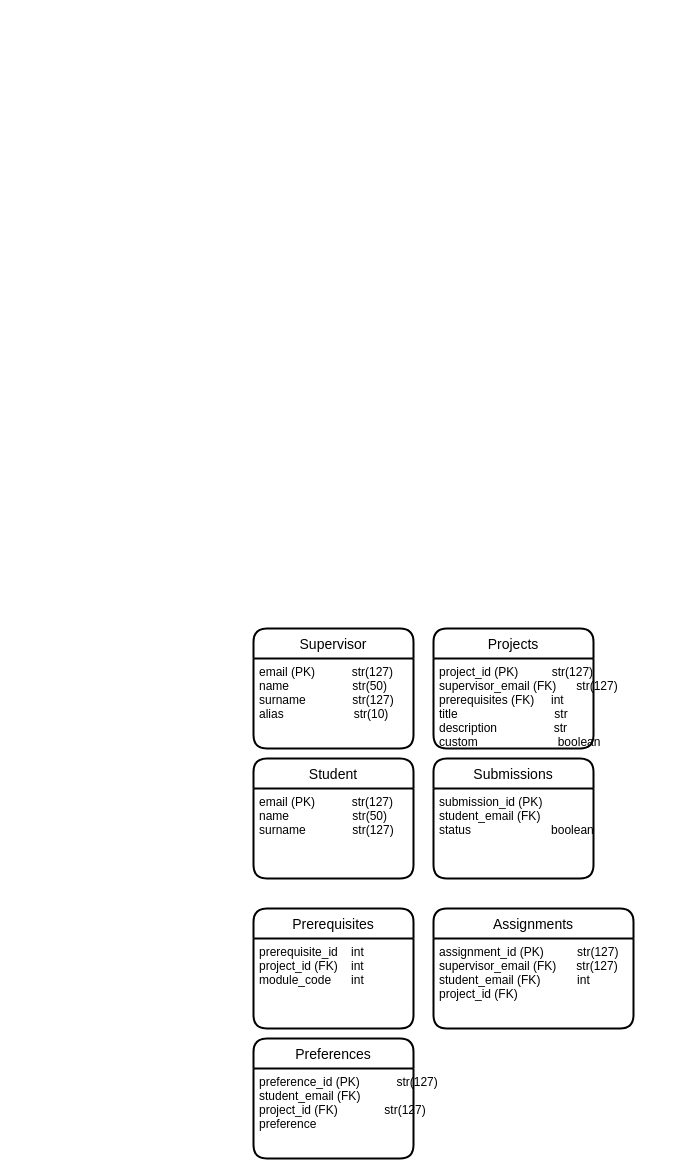
This is Untitled Diagram.drawio from laurenabrahall/Vim-Config, a draw.io file, before an edit. Source tidied: cells renumbered, new cells numbered last; positions are measured from the earlier drawing's top-left corner, leaving out a move shared by most shapes. Both pictures are drawn from the tidied source at 100%, with x=0, y=0 at pixel (253, 628).
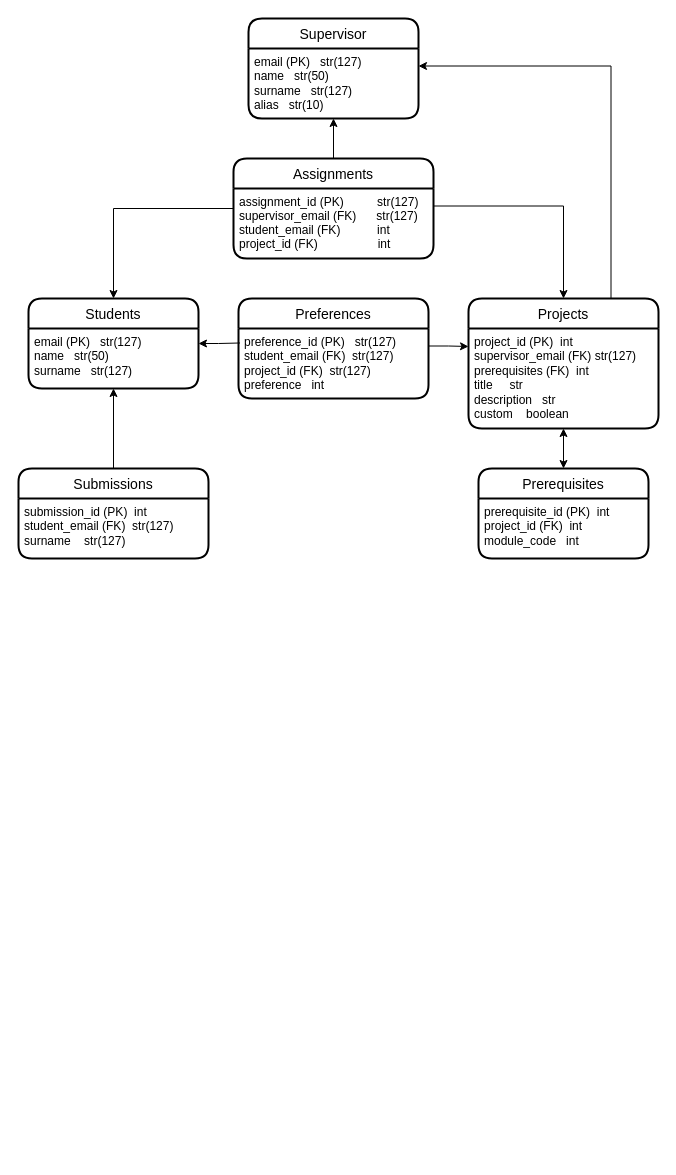
The same page after the edit.

What changed in the source:
```diff
@@
-    <mxCell id="2" value="Supervisor" style="swimlane;horizontal=1;startSize=30;rounded=1;fontSize=14;fontStyle=0;strokeWidth=2;shadow=0;dashed=0;align=center;" parent="1" vertex="1">
-      <mxGeometry width="160" height="120" as="geometry" />
-    </mxCell>
-    <mxCell id="3" value="email (PK)           str(127)&#10;name                   str(50)&#10;surname              str(127)&#10;alias                     str(10)&#10;" style="align=left;strokeColor=none;fillColor=none;spacingLeft=4;fontSize=12;verticalAlign=top;" parent="2" vertex="1">
-      <mxGeometry y="30" width="160" height="90" as="geometry" />
-    </mxCell>
-    <mxCell id="4" value="Student" style="swimlane;horizontal=1;startSize=30;rounded=1;fontSize=14;fontStyle=0;strokeWidth=2;shadow=0;dashed=0;align=center;" parent="1" vertex="1">
-      <mxGeometry y="130" width="160" height="120" as="geometry" />
-    </mxCell>
-    <mxCell id="5" value="email (PK)           str(127)&#10;name                   str(50)&#10;surname              str(127)&#10;&#10;            " style="align=left;strokeColor=none;fillColor=none;spacingLeft=4;fontSize=12;verticalAlign=top;" parent="4" vertex="1">
-      <mxGeometry y="30" width="160" height="90" as="geometry" />
-    </mxCell>
-    <mxCell id="6" value="Projects" style="swimlane;horizontal=1;startSize=30;rounded=1;fontSize=14;fontStyle=0;strokeWidth=2;shadow=0;dashed=0;align=center;" parent="1" vertex="1">
-      <mxGeometry x="180" width="160" height="120" as="geometry" />
-    </mxCell>
-    <mxCell id="7" value="project_id (PK)          str(127)&#10;supervisor_email (FK)      str(127)&#10;prerequisites (FK)     int&#10;title                             str&#10;description                 str&#10;custom                        boolean&#10;&#10;&#10;" style="align=left;strokeColor=none;fillColor=none;spacingLeft=4;fontSize=12;verticalAlign=top;" parent="6" vertex="1">
-      <mxGeometry y="30" width="160" height="90" as="geometry" />
-    </mxCell>
-    <mxCell id="8" value="Submissions" style="swimlane;horizontal=1;startSize=30;rounded=1;fontSize=14;fontStyle=0;strokeWidth=2;shadow=0;dashed=0;align=center;" parent="1" vertex="1">
-      <mxGeometry x="180" y="130" width="160" height="120" as="geometry" />
-    </mxCell>
-    <mxCell id="9" value="submission_id (PK)&#10;student_email (FK)&#10;status                        boolean&#10;" style="align=left;strokeColor=none;fillColor=none;spacingLeft=4;fontSize=12;verticalAlign=top;" parent="8" vertex="1">
-      <mxGeometry y="30" width="160" height="90" as="geometry" />
-    </mxCell>
-    <mxCell id="10" value="Prerequisites" style="swimlane;horizontal=1;startSize=30;rounded=1;fontSize=14;fontStyle=0;strokeWidth=2;shadow=0;dashed=0;align=center;" parent="1" vertex="1">
-      <mxGeometry y="280" width="160" height="120" as="geometry" />
-    </mxCell>
-    <mxCell id="11" value="prerequisite_id    int&#10;project_id (FK)    int&#10;module_code      int&#10;" style="align=left;strokeColor=none;fillColor=none;spacingLeft=4;fontSize=12;verticalAlign=top;" parent="10" vertex="1">
-      <mxGeometry y="30" width="160" height="90" as="geometry" />
-    </mxCell>
     <mxCell id="12" value="Preferences" style="swimlane;horizontal=1;startSize=30;rounded=1;fontSize=14;fontStyle=0;strokeWidth=2;shadow=0;dashed=0;align=center;" parent="1" vertex="1">
-      <mxGeometry y="410" width="160" height="120" as="geometry" />
+      <mxGeometry x="-15" y="-330" width="190" height="100" as="geometry" />
     </mxCell>
-    <mxCell id="13" value="preference_id (PK)           str(127)&#10;student_email (FK)&#10;project_id (FK)              str(127)&#10;preference                    &#10;" style="align=left;strokeColor=none;fillColor=none;spacingLeft=4;fontSize=12;verticalAlign=top;" parent="12" vertex="1">
-      <mxGeometry y="30" width="160" height="90" as="geometry" />
+    <mxCell id="13" value="preference_id (PK)&lt;span style=&quot;&quot;&gt; &lt;span style=&quot;white-space: pre;&quot;&gt; &lt;/span&gt;&lt;span style=&quot;white-space: pre;&quot;&gt; &lt;/span&gt;&lt;/span&gt;&lt;span style=&quot;&quot;&gt;&lt;/span&gt;str(127)&lt;br&gt;student_email (FK)&lt;span style=&quot;white-space: pre;&quot;&gt; &lt;/span&gt;&lt;span style=&quot;white-space: pre;&quot;&gt; &lt;/span&gt;str(127)&amp;nbsp;&amp;nbsp;&lt;br&gt;project_id (FK)&lt;span style=&quot;white-space: pre;&quot;&gt; &lt;/span&gt;&lt;span style=&quot;white-space: pre;&quot;&gt; &lt;/span&gt;str(127)&lt;br&gt;preference&lt;span style=&quot;white-space: pre;&quot;&gt; &lt;/span&gt;&lt;span style=&quot;white-space: pre;&quot;&gt; &lt;/span&gt;&lt;span style=&quot;white-space: pre;&quot;&gt; &lt;/span&gt;int" style="align=left;strokeColor=none;fillColor=none;spacingLeft=4;fontSize=12;verticalAlign=top;html=1;" parent="12" vertex="1">
+      <mxGeometry y="30" width="190" height="70" as="geometry" />
     </mxCell>
     <mxCell id="14" value="Assignments" style="swimlane;horizontal=1;startSize=30;rounded=1;fontSize=14;fontStyle=0;strokeWidth=2;shadow=0;dashed=0;align=center;" parent="1" vertex="1">
-      <mxGeometry x="180" y="280" width="200" height="120" as="geometry" />
+      <mxGeometry x="-20" y="-470" width="200" height="100" as="geometry" />
     </mxCell>
-    <mxCell id="15" value="assignment_id (PK)          str(127)&#10;supervisor_email (FK)      str(127)&#10;student_email (FK)           int&#10;project_id (FK)               &#10;&#10;&#10;" style="align=left;strokeColor=none;fillColor=none;spacingLeft=4;fontSize=12;verticalAlign=top;" parent="14" vertex="1">
-      <mxGeometry y="30" width="200" height="90" as="geometry" />
+    <mxCell id="15" value="assignment_id (PK)          str(127)&#10;supervisor_email (FK)      str(127)&#10;student_email (FK)           int&#10;project_id (FK)                  int&#10;&#10;&#10;" style="align=left;strokeColor=none;fillColor=none;spacingLeft=4;fontSize=12;verticalAlign=top;" parent="14" vertex="1">
+      <mxGeometry y="30" width="200" height="70" as="geometry" />
     </mxCell>
+    <mxCell id="2" value="Supervisor" style="swimlane;horizontal=1;startSize=30;rounded=1;fontSize=14;fontStyle=0;strokeWidth=2;shadow=0;dashed=0;align=center;" parent="1" vertex="1">
+      <mxGeometry x="-5" y="-610" width="170" height="100" as="geometry" />
+    </mxCell>
+    <mxCell id="3" value="email (PK)&lt;span style=&quot;&quot;&gt; &lt;span style=&quot;white-space: pre;&quot;&gt; &lt;/span&gt;&lt;span style=&quot;white-space: pre;&quot;&gt; &lt;/span&gt;&lt;/span&gt;&lt;span style=&quot;&quot;&gt;&lt;/span&gt;str(127)&lt;br&gt;name&lt;span style=&quot;white-space: pre;&quot;&gt; &lt;/span&gt;&lt;span style=&quot;white-space: pre;&quot;&gt; &lt;/span&gt;&lt;span style=&quot;white-space: pre;&quot;&gt; &lt;/span&gt;str(50)&lt;br&gt;&lt;div&gt;surname&lt;span style=&quot;white-space: pre;&quot;&gt; &lt;/span&gt;&lt;span style=&quot;white-space: pre;&quot;&gt; &lt;/span&gt;&lt;span style=&quot;white-space: pre;&quot;&gt; &lt;/span&gt;str(127)&lt;/div&gt;&lt;div&gt;alias&lt;span style=&quot;white-space: pre;&quot;&gt; &lt;/span&gt;&lt;span style=&quot;white-space: pre;&quot;&gt; &lt;/span&gt;&lt;span style=&quot;white-space: pre;&quot;&gt; &lt;/span&gt;str(10)&lt;br&gt;&lt;/div&gt;" style="align=left;strokeColor=none;fillColor=none;spacingLeft=4;fontSize=12;verticalAlign=top;html=1;" parent="2" vertex="1">
+      <mxGeometry y="30" width="170" height="70" as="geometry" />
+    </mxCell>
+    <mxCell id="16" style="edgeStyle=orthogonalEdgeStyle;rounded=0;jettySize=auto;html=1;exitX=0.5;exitY=0;exitDx=0;exitDy=0;entryX=0;entryY=0.5;entryDx=0;entryDy=0;startArrow=classic;startFill=1;endArrow=none;endFill=0;" parent="1" edge="1" source="17" target="14">
+      <mxGeometry relative="1" as="geometry" />
+    </mxCell>
+    <mxCell id="17" value="Students" style="swimlane;horizontal=1;startSize=30;rounded=1;fontSize=14;fontStyle=0;strokeWidth=2;shadow=0;dashed=0;align=center;" parent="1" vertex="1">
+      <mxGeometry x="-225" y="-330" width="170" height="90" as="geometry" />
+    </mxCell>
+    <mxCell id="5" value="email (PK)&lt;span style=&quot;&quot;&gt; &lt;span style=&quot;white-space: pre;&quot;&gt; &lt;/span&gt;&lt;span style=&quot;white-space: pre;&quot;&gt; &lt;/span&gt;&lt;/span&gt;&lt;span style=&quot;&quot;&gt;&lt;/span&gt;str(127)&lt;br&gt;name&lt;span style=&quot;white-space: pre;&quot;&gt; &lt;/span&gt;&lt;span style=&quot;white-space: pre;&quot;&gt; &lt;/span&gt;&lt;span style=&quot;white-space: pre;&quot;&gt; &lt;/span&gt;str(50)&lt;br&gt;&lt;div&gt;surname&lt;span style=&quot;white-space: pre;&quot;&gt; &lt;/span&gt;&lt;span style=&quot;white-space: pre;&quot;&gt; &lt;/span&gt;&lt;span style=&quot;white-space: pre;&quot;&gt; &lt;/span&gt;str(127)&lt;/div&gt;&lt;div&gt;&lt;br&gt;&lt;/div&gt;" style="align=left;strokeColor=none;fillColor=none;spacingLeft=4;fontSize=12;verticalAlign=top;html=1;" parent="17" vertex="1">
+      <mxGeometry y="30" width="170" height="60" as="geometry" />
+    </mxCell>
+    <mxCell id="18" style="edgeStyle=orthogonalEdgeStyle;rounded=0;jettySize=auto;html=1;exitX=0.75;exitY=0;exitDx=0;exitDy=0;entryX=1;entryY=0.25;entryDx=0;entryDy=0;" parent="1" edge="1" source="6" target="3">
+      <mxGeometry relative="1" as="geometry" />
+    </mxCell>
+    <mxCell id="6" value="Projects" style="swimlane;horizontal=1;startSize=30;rounded=1;fontSize=14;fontStyle=0;strokeWidth=2;shadow=0;dashed=0;align=center;" parent="1" vertex="1">
+      <mxGeometry x="215" y="-330" width="190" height="130" as="geometry" />
+    </mxCell>
+    <mxCell id="19" value="&lt;div&gt;project_id (PK)&lt;span style=&quot;white-space: pre;&quot;&gt; &lt;/span&gt;&lt;span style=&quot;white-space: pre;&quot;&gt; &lt;/span&gt;int&lt;/div&gt;&lt;div&gt;supervisor_email (FK)&lt;span style=&quot;white-space: pre;&quot;&gt; &lt;/span&gt;str(127)&lt;/div&gt;&lt;div&gt;prerequisites (FK)&lt;span style=&quot;white-space: pre;&quot;&gt; &lt;/span&gt;&lt;span style=&quot;white-space: pre;&quot;&gt; &lt;/span&gt;int&lt;/div&gt;&lt;div&gt;title&lt;span style=&quot;white-space: pre;&quot;&gt; &lt;/span&gt;&lt;span style=&quot;white-space: pre;&quot;&gt; &lt;/span&gt;&lt;span style=&quot;white-space: pre;&quot;&gt; &lt;/span&gt;&lt;span style=&quot;white-space: pre;&quot;&gt; &lt;/span&gt;&lt;span style=&quot;white-space: pre;&quot;&gt; &lt;/span&gt;str&lt;/div&gt;&lt;div&gt;description&lt;span style=&quot;white-space: pre;&quot;&gt; &lt;/span&gt;&lt;span style=&quot;white-space: pre;&quot;&gt; &lt;/span&gt;&lt;span style=&quot;white-space: pre;&quot;&gt; &lt;/span&gt;str&lt;/div&gt;&lt;div&gt;custom&lt;span style=&quot;white-space: pre;&quot;&gt; &lt;/span&gt;&lt;span style=&quot;white-space: pre;&quot;&gt; &lt;/span&gt;&lt;span style=&quot;white-space: pre;&quot;&gt; &lt;/span&gt;&lt;span style=&quot;white-space: pre;&quot;&gt; &lt;/span&gt;boolean&lt;br&gt;&lt;/div&gt;" style="align=left;strokeColor=none;fillColor=none;spacingLeft=4;fontSize=12;verticalAlign=top;html=1;" parent="6" vertex="1">
+      <mxGeometry y="30" width="190" height="100" as="geometry" />
+    </mxCell>
+    <mxCell id="20" style="edgeStyle=orthogonalEdgeStyle;rounded=0;jettySize=auto;html=1;exitX=0.5;exitY=0;exitDx=0;exitDy=0;entryX=0.5;entryY=1;entryDx=0;entryDy=0;" parent="1" edge="1" source="8" target="17">
+      <mxGeometry relative="1" as="geometry" />
+    </mxCell>
+    <mxCell id="8" value="Submissions" style="swimlane;horizontal=1;startSize=30;rounded=1;fontSize=14;fontStyle=0;strokeWidth=2;shadow=0;dashed=0;align=center;" parent="1" vertex="1">
+      <mxGeometry x="-235" y="-160" width="190" height="90" as="geometry" />
+    </mxCell>
+    <mxCell id="21" value="submission_id (PK)&lt;span style=&quot;&quot;&gt; &lt;span style=&quot;white-space: pre;&quot;&gt; &lt;/span&gt;&lt;/span&gt;int&lt;br&gt;student_email (FK)&lt;span style=&quot;white-space: pre;&quot;&gt; &lt;/span&gt;&lt;span style=&quot;white-space: pre;&quot;&gt; &lt;/span&gt;str(127)&lt;br&gt;&lt;div&gt;surname&lt;span style=&quot;white-space: pre;&quot;&gt; &lt;/span&gt;&lt;span style=&quot;white-space: pre;&quot;&gt; &lt;/span&gt;&lt;span style=&quot;white-space: pre;&quot;&gt; &lt;span style=&quot;white-space: pre;&quot;&gt; &lt;/span&gt;&lt;/span&gt;str(127)&lt;/div&gt;&lt;div&gt;&lt;br&gt;&lt;/div&gt;" style="align=left;strokeColor=none;fillColor=none;spacingLeft=4;fontSize=12;verticalAlign=top;html=1;" parent="8" vertex="1">
+      <mxGeometry y="30" width="190" height="60" as="geometry" />
+    </mxCell>
+    <mxCell id="22" style="edgeStyle=orthogonalEdgeStyle;rounded=0;jettySize=auto;html=1;exitX=0.5;exitY=0;exitDx=0;exitDy=0;startArrow=classic;startFill=1;strokeColor=default;" parent="1" edge="1" source="10" target="19">
+      <mxGeometry relative="1" as="geometry" />
+    </mxCell>
+    <mxCell id="10" value="Prerequisites" style="swimlane;horizontal=1;startSize=30;rounded=1;fontSize=14;fontStyle=0;strokeWidth=2;shadow=0;dashed=0;align=center;" parent="1" vertex="1">
+      <mxGeometry x="225" y="-160" width="170" height="90" as="geometry" />
+    </mxCell>
+    <mxCell id="23" value="prerequisite_id (PK)&lt;span style=&quot;&quot;&gt; &lt;span style=&quot;white-space: pre;&quot;&gt; &lt;/span&gt;&lt;/span&gt;int&lt;br&gt;project_id (FK)&lt;span style=&quot;white-space: pre;&quot;&gt; &lt;/span&gt;&lt;span style=&quot;white-space: pre;&quot;&gt; &lt;/span&gt;int&lt;br&gt;&lt;div&gt;module_code&lt;span style=&quot;white-space: pre;&quot;&gt; &lt;/span&gt;&lt;span style=&quot;white-space: pre;&quot;&gt; &lt;/span&gt;&lt;span style=&quot;white-space: pre;&quot;&gt; int&lt;/span&gt;&lt;/div&gt;&lt;div&gt;&lt;br&gt;&lt;/div&gt;" style="align=left;strokeColor=none;fillColor=none;spacingLeft=4;fontSize=12;verticalAlign=top;html=1;" parent="10" vertex="1">
+      <mxGeometry y="30" width="170" height="60" as="geometry" />
+    </mxCell>
+    <mxCell id="24" style="edgeStyle=orthogonalEdgeStyle;rounded=0;jettySize=auto;html=1;exitX=1;exitY=0.25;exitDx=0;exitDy=0;entryX=0.5;entryY=0;entryDx=0;entryDy=0;" parent="1" edge="1" source="15" target="6">
+      <mxGeometry relative="1" as="geometry" />
+    </mxCell>
+    <mxCell id="25" style="edgeStyle=orthogonalEdgeStyle;rounded=0;jettySize=auto;html=1;exitX=1;exitY=0.25;exitDx=0;exitDy=0;entryX=0;entryY=0.18;entryDx=0;entryDy=0;entryPerimeter=0;" parent="1" edge="1" source="13" target="19">
+      <mxGeometry relative="1" as="geometry" />
+    </mxCell>
+    <mxCell id="26" style="edgeStyle=orthogonalEdgeStyle;rounded=0;jettySize=auto;html=1;exitX=0.5;exitY=1;exitDx=0;exitDy=0;entryX=0.5;entryY=0;entryDx=0;entryDy=0;strokeColor=none;startArrow=classicThin;startFill=1;" parent="1" edge="1" source="19" target="10">
+      <mxGeometry relative="1" as="geometry" />
+    </mxCell>
+    <mxCell id="27" style="edgeStyle=orthogonalEdgeStyle;rounded=0;jettySize=auto;html=1;exitX=0.5;exitY=1;exitDx=0;exitDy=0;entryX=0.5;entryY=0;entryDx=0;entryDy=0;startArrow=classic;startFill=1;endArrow=none;endFill=0;" parent="1" edge="1" source="3" target="14">
+      <mxGeometry relative="1" as="geometry" />
+    </mxCell>
+    <mxCell id="28" style="edgeStyle=orthogonalEdgeStyle;rounded=0;jettySize=auto;html=1;exitX=1;exitY=0.25;exitDx=0;exitDy=0;entryX=0.008;entryY=0.207;entryDx=0;entryDy=0;entryPerimeter=0;startArrow=classic;startFill=1;endArrow=none;endFill=0;strokeColor=default;" parent="1" edge="1" source="5" target="13">
+      <mxGeometry relative="1" as="geometry" />
+    </mxCell>
```
